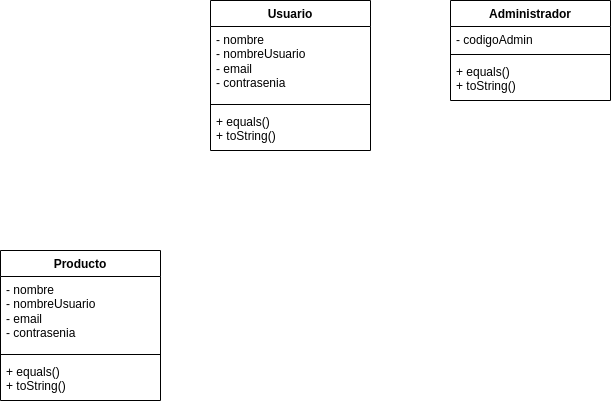
Before: images/Diagrama de clases.drawio.png, a diagram exported from draw.io (PRORIX/CRIM-Shop-repository). Source tidied: cells renumbered, new cells last; positions are measured from the earlier drawing's top-left corner, leaving out a move shared by most shapes.
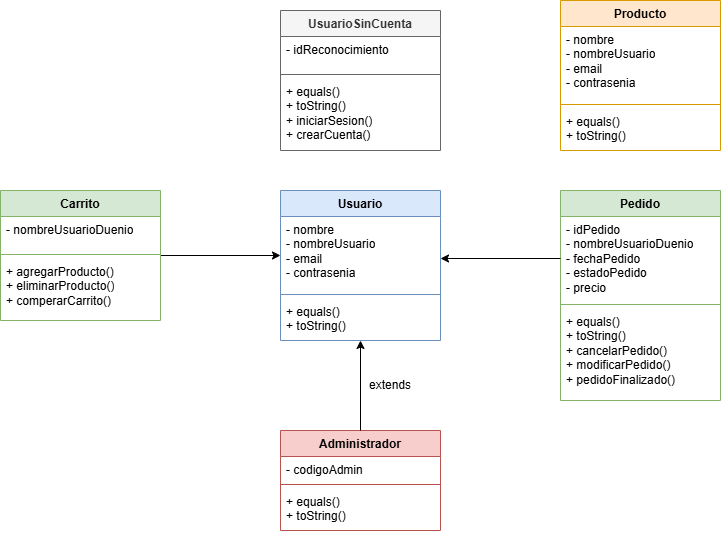
The same file after the commit.

Diff of the diagram source:
```diff
@@ -2,8 +2,8 @@
   <root>
     <mxCell id="0" />
     <mxCell id="1" parent="0" />
-    <mxCell id="2" value="Usuario" style="swimlane;fontStyle=1;align=center;verticalAlign=top;horizontal=1;startSize=26;whiteSpace=wrap;html=1;" parent="1" vertex="1">
-      <mxGeometry x="210" width="160" height="150" as="geometry" />
+    <mxCell id="2" value="Usuario" style="swimlane;fontStyle=1;align=center;verticalAlign=top;horizontal=1;startSize=26;whiteSpace=wrap;html=1;fillColor=#dae8fc;strokeColor=#6c8ebf;" parent="1" vertex="1">
+      <mxGeometry x="610" y="-280" width="160" height="150" as="geometry" />
     </mxCell>
     <mxCell id="3" value="- nombre&lt;div&gt;- nombreUsuario&lt;/div&gt;&lt;div&gt;- email&lt;/div&gt;&lt;div&gt;- contrasenia&lt;/div&gt;" style="text;strokeColor=none;fillColor=none;align=left;verticalAlign=top;spacingLeft=4;spacingRight=4;overflow=hidden;whiteSpace=wrap;html=1;" parent="2" vertex="1">
       <mxGeometry y="26" width="160" height="74" as="geometry" />
@@ -14,8 +14,8 @@
     <mxCell id="5" value="+ equals()&lt;div&gt;+ toString()&lt;/div&gt;" style="text;strokeColor=none;fillColor=none;align=left;verticalAlign=top;spacingLeft=4;spacingRight=4;overflow=hidden;whiteSpace=wrap;html=1;" parent="2" vertex="1">
       <mxGeometry y="108" width="160" height="42" as="geometry" />
     </mxCell>
-    <mxCell id="6" value="Administrador" style="swimlane;fontStyle=1;align=center;verticalAlign=top;horizontal=1;startSize=26;whiteSpace=wrap;html=1;" parent="1" vertex="1">
-      <mxGeometry x="450" width="160" height="100" as="geometry" />
+    <mxCell id="6" value="Administrador" style="swimlane;fontStyle=1;align=center;verticalAlign=top;horizontal=1;startSize=26;whiteSpace=wrap;html=1;fillColor=#f8cecc;strokeColor=#b85450;" parent="1" vertex="1">
+      <mxGeometry x="610" y="-40" width="160" height="100" as="geometry" />
     </mxCell>
     <mxCell id="7" value="- codigoAdmin" style="text;strokeColor=none;fillColor=none;align=left;verticalAlign=top;spacingLeft=4;spacingRight=4;overflow=hidden;whiteSpace=wrap;html=1;" parent="6" vertex="1">
       <mxGeometry y="26" width="160" height="24" as="geometry" />
@@ -26,8 +26,8 @@
     <mxCell id="9" value="+ equals()&lt;div&gt;+ toString()&lt;/div&gt;" style="text;strokeColor=none;fillColor=none;align=left;verticalAlign=top;spacingLeft=4;spacingRight=4;overflow=hidden;whiteSpace=wrap;html=1;" parent="6" vertex="1">
       <mxGeometry y="58" width="160" height="42" as="geometry" />
     </mxCell>
-    <mxCell id="10" value="Producto" style="swimlane;fontStyle=1;align=center;verticalAlign=top;horizontal=1;startSize=26;whiteSpace=wrap;html=1;" parent="1" vertex="1">
-      <mxGeometry y="250" width="160" height="150" as="geometry" />
+    <mxCell id="10" value="Producto" style="swimlane;fontStyle=1;align=center;verticalAlign=top;horizontal=1;startSize=26;whiteSpace=wrap;html=1;fillColor=#ffe6cc;strokeColor=#d79b00;" parent="1" vertex="1">
+      <mxGeometry x="890" y="-470" width="160" height="150" as="geometry" />
     </mxCell>
     <mxCell id="11" value="- nombre&lt;div&gt;- nombreUsuario&lt;/div&gt;&lt;div&gt;- email&lt;/div&gt;&lt;div&gt;- contrasenia&lt;/div&gt;" style="text;strokeColor=none;fillColor=none;align=left;verticalAlign=top;spacingLeft=4;spacingRight=4;overflow=hidden;whiteSpace=wrap;html=1;" parent="10" vertex="1">
       <mxGeometry y="26" width="160" height="74" as="geometry" />
@@ -38,5 +38,65 @@
     <mxCell id="13" value="+ equals()&lt;div&gt;+ toString()&lt;/div&gt;" style="text;strokeColor=none;fillColor=none;align=left;verticalAlign=top;spacingLeft=4;spacingRight=4;overflow=hidden;whiteSpace=wrap;html=1;" parent="10" vertex="1">
       <mxGeometry y="108" width="160" height="42" as="geometry" />
     </mxCell>
+    <mxCell id="14" style="edgeStyle=orthogonalEdgeStyle;rounded=0;jettySize=auto;html=1;" parent="1" edge="1" source="15">
+      <mxGeometry relative="1" as="geometry">
+        <mxPoint x="610" y="-215" as="targetPoint" />
+        <Array as="points">
+          <mxPoint x="610" y="-215" />
+        </Array>
+      </mxGeometry>
+    </mxCell>
+    <mxCell id="15" value="Carrito" style="swimlane;fontStyle=1;align=center;verticalAlign=top;horizontal=1;startSize=26;whiteSpace=wrap;html=1;fillColor=#d5e8d4;strokeColor=#82b366;" parent="1" vertex="1">
+      <mxGeometry x="330" y="-280" width="160" height="130" as="geometry" />
+    </mxCell>
+    <mxCell id="16" value="- nombreUsuarioDuenio" style="text;strokeColor=none;fillColor=none;align=left;verticalAlign=top;spacingLeft=4;spacingRight=4;overflow=hidden;whiteSpace=wrap;html=1;" parent="15" vertex="1">
+      <mxGeometry y="26" width="160" height="34" as="geometry" />
+    </mxCell>
+    <mxCell id="17" style="line;strokeWidth=1;fillColor=none;align=left;verticalAlign=middle;spacingTop=-1;spacingLeft=3;spacingRight=3;labelPosition=right;strokeColor=inherit;" parent="15" vertex="1">
+      <mxGeometry y="60" width="160" height="8" as="geometry" />
+    </mxCell>
+    <mxCell id="18" value="+ agregarProducto()&lt;div&gt;+ eliminarProducto()&lt;/div&gt;&lt;div&gt;+ comperarCarrito()&lt;/div&gt;" style="text;strokeColor=none;fillColor=none;align=left;verticalAlign=top;spacingLeft=4;spacingRight=4;overflow=hidden;whiteSpace=wrap;html=1;" parent="15" vertex="1">
+      <mxGeometry y="68" width="160" height="62" as="geometry" />
+    </mxCell>
+    <mxCell id="19" value="Pedido" style="swimlane;fontStyle=1;align=center;verticalAlign=top;horizontal=1;startSize=26;whiteSpace=wrap;html=1;fillColor=#d5e8d4;strokeColor=#82b366;" parent="1" vertex="1">
+      <mxGeometry x="890" y="-280" width="160" height="210" as="geometry" />
+    </mxCell>
+    <mxCell id="20" value="- idPedido&lt;div&gt;- nombreUsuarioDuenio&lt;/div&gt;&lt;div&gt;- fechaPedido&lt;/div&gt;&lt;div&gt;- estadoPedido&lt;/div&gt;&lt;div&gt;- precio&lt;/div&gt;" style="text;strokeColor=none;fillColor=none;align=left;verticalAlign=top;spacingLeft=4;spacingRight=4;overflow=hidden;points=[[0,0.5],[1,0.5]];portConstraint=eastwest;whiteSpace=wrap;html=1;" parent="19" vertex="1">
+      <mxGeometry y="26" width="160" height="84" as="geometry" />
+    </mxCell>
+    <mxCell id="21" style="line;strokeWidth=1;fillColor=none;align=left;verticalAlign=middle;spacingTop=-1;spacingLeft=3;spacingRight=3;labelPosition=right;strokeColor=inherit;" parent="19" vertex="1">
+      <mxGeometry y="110" width="160" height="8" as="geometry" />
+    </mxCell>
+    <mxCell id="22" value="+ equals()&lt;div&gt;+ toString()&lt;/div&gt;&lt;div&gt;+ cancelarPedido()&lt;/div&gt;&lt;div&gt;+ modificarPedido()&lt;/div&gt;&lt;div&gt;+ pedidoFinalizado()&lt;/div&gt;" style="text;strokeColor=none;fillColor=none;align=left;verticalAlign=top;spacingLeft=4;spacingRight=4;overflow=hidden;whiteSpace=wrap;html=1;" parent="19" vertex="1">
+      <mxGeometry y="118" width="160" height="92" as="geometry" />
+    </mxCell>
+    <mxCell id="23" value="UsuarioSinCuenta" style="swimlane;fontStyle=1;align=center;verticalAlign=top;horizontal=1;startSize=26;whiteSpace=wrap;html=1;fillColor=#f5f5f5;fontColor=#333333;strokeColor=#666666;" parent="1" vertex="1">
+      <mxGeometry x="610" y="-460" width="160" height="140" as="geometry" />
+    </mxCell>
+    <mxCell id="24" value="- idReconocimiento" style="text;strokeColor=none;fillColor=none;align=left;verticalAlign=top;spacingLeft=4;spacingRight=4;overflow=hidden;whiteSpace=wrap;html=1;" parent="23" vertex="1">
+      <mxGeometry y="26" width="160" height="34" as="geometry" />
+    </mxCell>
+    <mxCell id="25" style="line;strokeWidth=1;fillColor=none;align=left;verticalAlign=middle;spacingTop=-1;spacingLeft=3;spacingRight=3;labelPosition=right;strokeColor=inherit;" parent="23" vertex="1">
+      <mxGeometry y="60" width="160" height="8" as="geometry" />
+    </mxCell>
+    <mxCell id="26" value="+ equals()&lt;div&gt;+ toString()&lt;/div&gt;&lt;div&gt;+ iniciarSesion()&lt;/div&gt;&lt;div&gt;+ crearCuenta()&lt;/div&gt;" style="text;strokeColor=none;fillColor=none;align=left;verticalAlign=top;spacingLeft=4;spacingRight=4;overflow=hidden;whiteSpace=wrap;html=1;" parent="23" vertex="1">
+      <mxGeometry y="68" width="160" height="72" as="geometry" />
+    </mxCell>
+    <mxCell id="27" style="edgeStyle=orthogonalEdgeStyle;rounded=0;jettySize=auto;html=1;" parent="1" edge="1" source="20">
+      <mxGeometry relative="1" as="geometry">
+        <mxPoint x="770" y="-212" as="targetPoint" />
+      </mxGeometry>
+    </mxCell>
+    <mxCell id="28" style="edgeStyle=orthogonalEdgeStyle;rounded=0;jettySize=auto;html=1;" parent="1" edge="1" source="6">
+      <mxGeometry relative="1" as="geometry">
+        <mxPoint x="690" y="-130" as="targetPoint" />
+        <Array as="points">
+          <mxPoint x="690" y="-128" />
+        </Array>
+      </mxGeometry>
+    </mxCell>
+    <mxCell id="29" value="extends" style="text;html=1;align=center;verticalAlign=middle;whiteSpace=wrap;rounded=0;" parent="1" vertex="1">
+      <mxGeometry x="690" y="-100" width="60" height="30" as="geometry" />
+    </mxCell>
   </root>
 </mxGraphModel>
```
